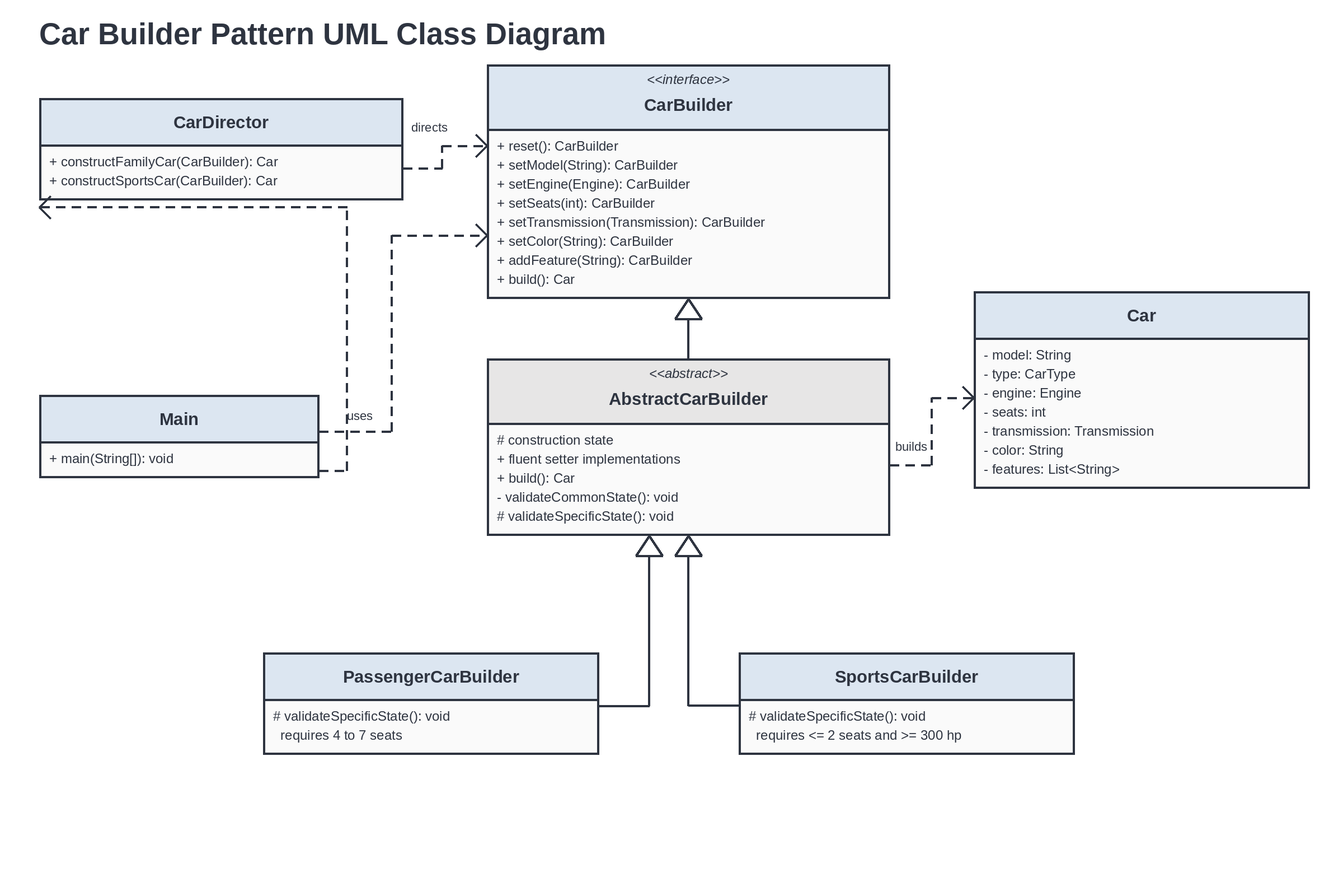
Above: docs/uml/car-builder.png in Ziyadin23/car-builder-pattern (PlantUML), before the change. Its source is kept beside it as docs/uml/car-builder.puml.
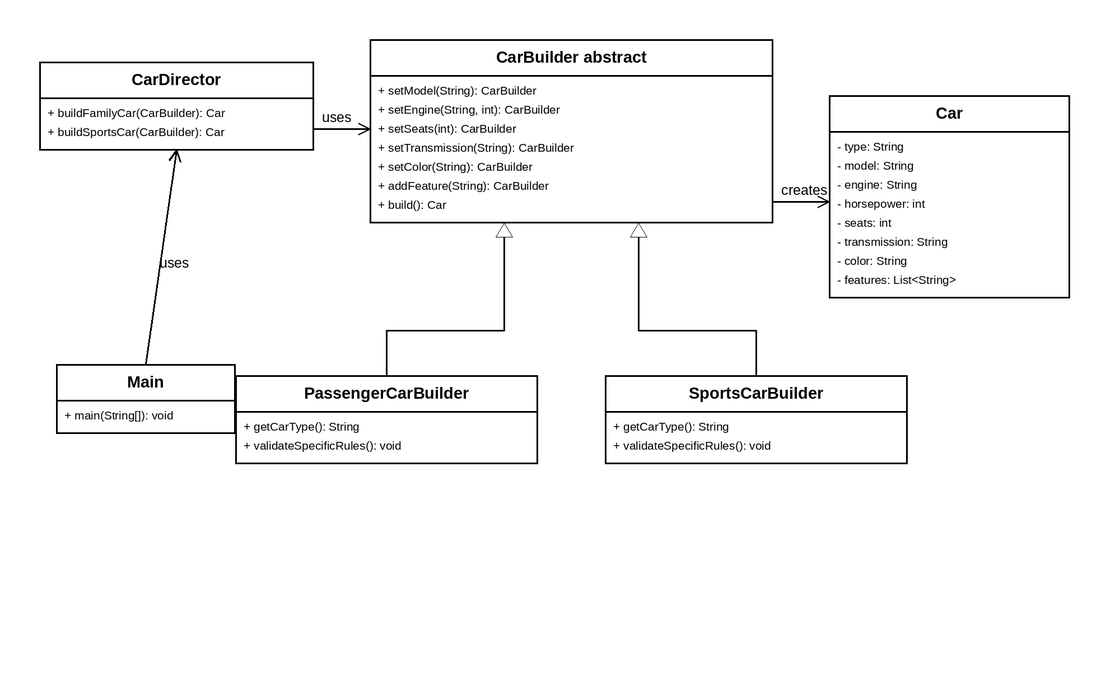
The same diagram one commit later.

Change to the diagram source:
```diff
@@ -1,51 +1,29 @@
 @startuml
-skinparam classAttributeIconSize 0
-skinparam monochrome true
-skinparam shadowing false
+class Car
 
-class Car {
-  - model: String
-  - type: CarType
-  - engine: Engine
-  - seats: int
-  - transmission: Transmission
-  - color: String
-  - features: List<String>
-}
-
-interface CarBuilder {
-  + reset(): CarBuilder
+abstract class CarBuilder {
   + setModel(model: String): CarBuilder
-  + setEngine(engine: Engine): CarBuilder
+  + setEngine(engine: String, horsepower: int): CarBuilder
   + setSeats(seats: int): CarBuilder
-  + setTransmission(transmission: Transmission): CarBuilder
+  + setTransmission(transmission: String): CarBuilder
   + setColor(color: String): CarBuilder
   + addFeature(feature: String): CarBuilder
   + build(): Car
-}
-
-abstract class AbstractCarBuilder {
-  # validateSpecificState(): void
-  - validateCommonState(): void
 }
 
 class PassengerCarBuilder
 class SportsCarBuilder
 
 class CarDirector {
-  + constructFamilyCar(builder: CarBuilder): Car
-  + constructSportsCar(builder: CarBuilder): Car
+  + buildFamilyCar(builder: CarBuilder): Car
+  + buildSportsCar(builder: CarBuilder): Car
 }
 
-class Main {
-  + main(args: String[]): void
-}
+class Main
 
-CarBuilder <|.. AbstractCarBuilder
-AbstractCarBuilder <|-- PassengerCarBuilder
-AbstractCarBuilder <|-- SportsCarBuilder
-AbstractCarBuilder ..> Car : builds
-CarDirector --> CarBuilder : directs
+CarBuilder <|-- PassengerCarBuilder
+CarBuilder <|-- SportsCarBuilder
+CarBuilder ..> Car : creates
+CarDirector --> CarBuilder : uses
 Main --> CarDirector : uses
-Main --> CarBuilder : uses
 @enduml
```
